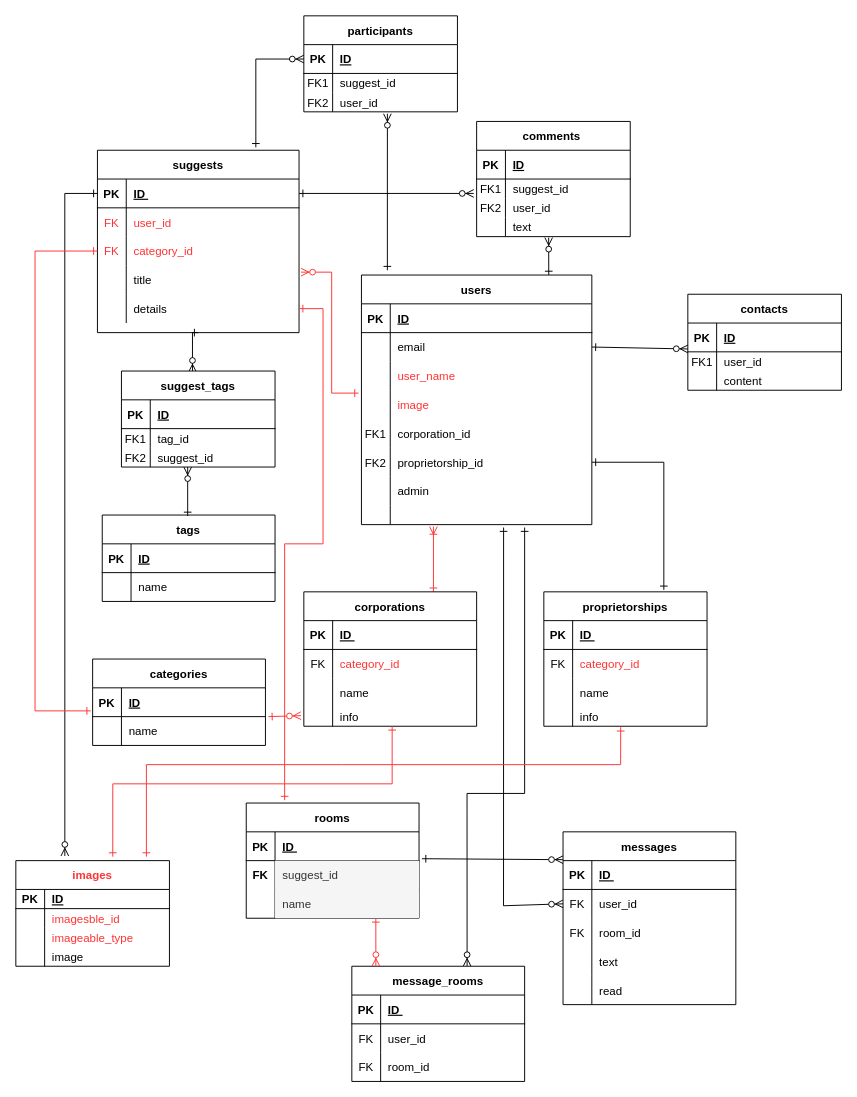
Before: page "plymorphic ver." (3 of 3) of Untitled Diagram.drawio in Sec-il-n/dic_guraduate_parts, a draw.io diagram. Source tidied: cells renumbered, new cells numbered last; positions are measured from the earlier drawing's top-left corner, leaving out a move shared by most shapes. Both pictures are drawn from the tidied source at 96%, with x=0, y=0 at pixel (15, 15).
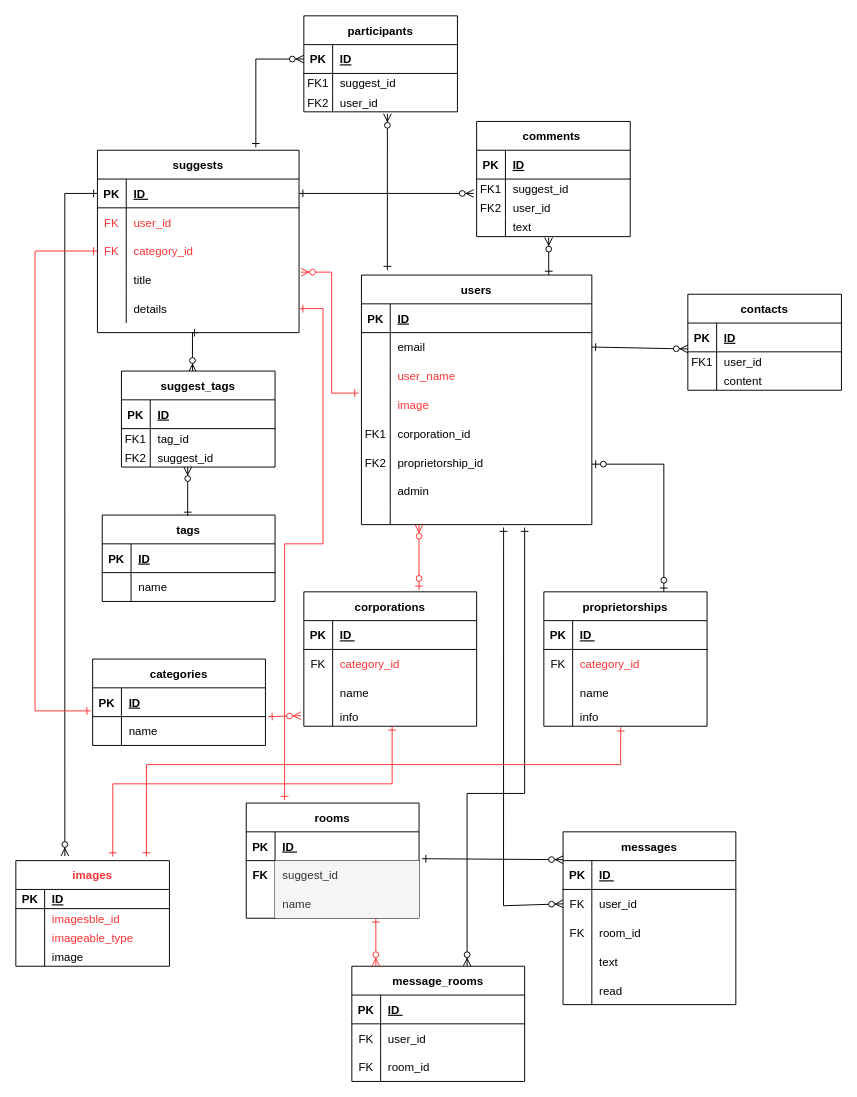
After the change.

The change refers to these unchanged cells:
```xml
<mxCell id="25" style="shape=partialRectangle;fillColor=none;points=[[0,0.5],[1,0.5]];portConstraint=eastwest;top=0;left=0;right=0;bottom=0;" parent="9" vertex="1">
  <mxGeometry y="180" width="240" height="30" as="geometry" />
</mxCell>
<mxCell id="62" value="corporations" style="shape=table;startSize=30;childLayout=tableLayout;rowLines=0;fontStyle=1;align=center;" parent="1" vertex="1">
  <mxGeometry x="300" y="600" width="180" height="140" as="geometry" />
</mxCell>
```

What changed in the source:
```diff
@@
-    <mxCell id="61" style="edgeStyle=none;rounded=0;jettySize=auto;html=1;exitX=0.75;exitY=0;exitDx=0;exitDy=0;startArrow=ERone;startFill=0;endArrow=ERoneToMany;endFill=0;strokeColor=#FF3333;" parent="1" edge="1" source="62">
-      <mxGeometry relative="1" as="geometry">
-        <mxPoint x="435" y="532" as="targetPoint" />
-      </mxGeometry>
-    </mxCell>
@@
-    <mxCell id="75" style="edgeStyle=none;rounded=0;jettySize=auto;html=1;entryX=1;entryY=0.5;entryDx=0;entryDy=0;startArrow=ERone;startFill=0;endArrow=ERone;endFill=0;" parent="1" edge="1" target="25">
-      <mxGeometry relative="1" as="geometry">
-        <mxPoint x="675" y="598" as="sourcePoint" />
-        <Array as="points">
-          <mxPoint x="675" y="465" />
-        </Array>
-      </mxGeometry>
-    </mxCell>
@@
+    <mxCell id="196" style="edgeStyle=none;rounded=0;orthogonalLoop=1;jettySize=auto;html=1;entryX=1;entryY=0.5;entryDx=0;entryDy=0;startArrow=ERzeroToOne;startFill=1;endArrow=ERzeroToOne;endFill=1;" parent="1" edge="1">
+      <mxGeometry relative="1" as="geometry">
+        <mxPoint x="675" y="600" as="sourcePoint" />
+        <mxPoint x="600" y="467" as="targetPoint" />
+        <Array as="points">
+          <mxPoint x="675" y="467" />
+        </Array>
+      </mxGeometry>
+    </mxCell>
+    <mxCell id="197" style="edgeStyle=none;rounded=0;orthogonalLoop=1;jettySize=auto;html=1;exitX=0.75;exitY=0;exitDx=0;exitDy=0;startArrow=ERzeroToOne;startFill=1;endArrow=ERzeroToMany;endFill=1;strokeColor=#FF3333;" parent="1" edge="1">
+      <mxGeometry relative="1" as="geometry">
+        <mxPoint x="420" y="598" as="sourcePoint" />
+        <mxPoint x="420" y="530" as="targetPoint" />
+      </mxGeometry>
+    </mxCell>
```
